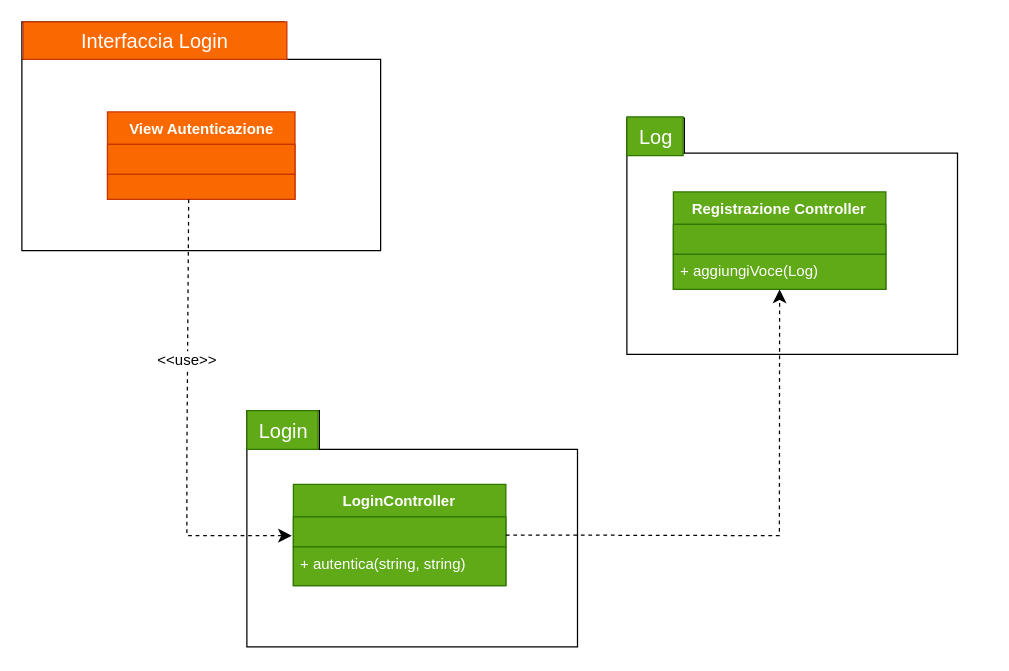
Before: Diagrammi_Package/Backup_Classi/Login.drawio in JosephBoom02/Progetto_Ingegneria_del_Software, a draw.io diagram. Source tidied: cells renumbered, new cells numbered last; positions are measured from the earlier drawing's top-left corner, leaving out a move shared by most shapes. Both pictures are drawn from the tidied source at 125%, with x=0, y=0 at pixel (21, 21).
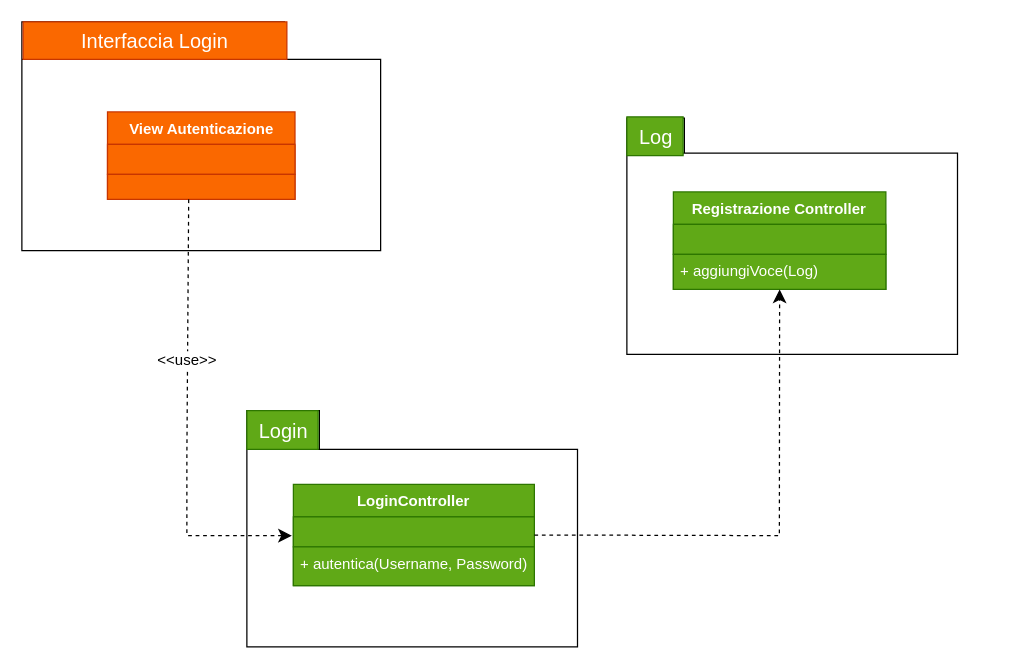
Above is the later version.

What changed in the source:
```diff
@@
     <mxCell id="11" value="LoginController" style="swimlane;fontStyle=1;align=center;verticalAlign=top;horizontal=1;startSize=26;whiteSpace=wrap;html=1;fillColor=#60a917;fontColor=#ffffff;strokeColor=#2D7600;" parent="1" vertex="1">
-      <mxGeometry x="217.2" y="370" width="170" height="81" as="geometry" />
+      <mxGeometry x="217.2" y="370" width="192.8" height="81" as="geometry" />
     </mxCell>
     <mxCell id="12" style="text;strokeColor=#2D7600;fillColor=#60a917;align=left;verticalAlign=top;spacingLeft=4;spacingRight=4;overflow=hidden;whiteSpace=wrap;html=1;fontColor=#ffffff;" parent="11" vertex="1">
-      <mxGeometry y="26" width="170" height="24" as="geometry" />
+      <mxGeometry y="26" width="192.8" height="24" as="geometry" />
     </mxCell>
     <mxCell id="13" style="line;strokeWidth=1;fillColor=#fa6800;align=left;verticalAlign=middle;spacingTop=-1;spacingLeft=3;spacingRight=3;labelPosition=right;strokeColor=#FF8000;fontColor=#000000;" parent="11" vertex="1">
-      <mxGeometry y="50" width="170" as="geometry" />
+      <mxGeometry y="50" width="192.8" as="geometry" />
     </mxCell>
-    <mxCell id="14" value="+ autentica(string, string)" style="text;strokeColor=#2D7600;fillColor=#60a917;align=left;verticalAlign=top;spacingLeft=4;spacingRight=4;overflow=hidden;whiteSpace=wrap;html=1;fontColor=#ffffff;" parent="11" vertex="1">
-      <mxGeometry y="50" width="170" height="31" as="geometry" />
+    <mxCell id="14" value="+ autentica(Username, Password)" style="text;strokeColor=#2D7600;fillColor=#60a917;align=left;verticalAlign=top;spacingLeft=4;spacingRight=4;overflow=hidden;whiteSpace=wrap;html=1;fontColor=#ffffff;" parent="11" vertex="1">
+      <mxGeometry y="50" width="192.8" height="31" as="geometry" />
     </mxCell>
```
